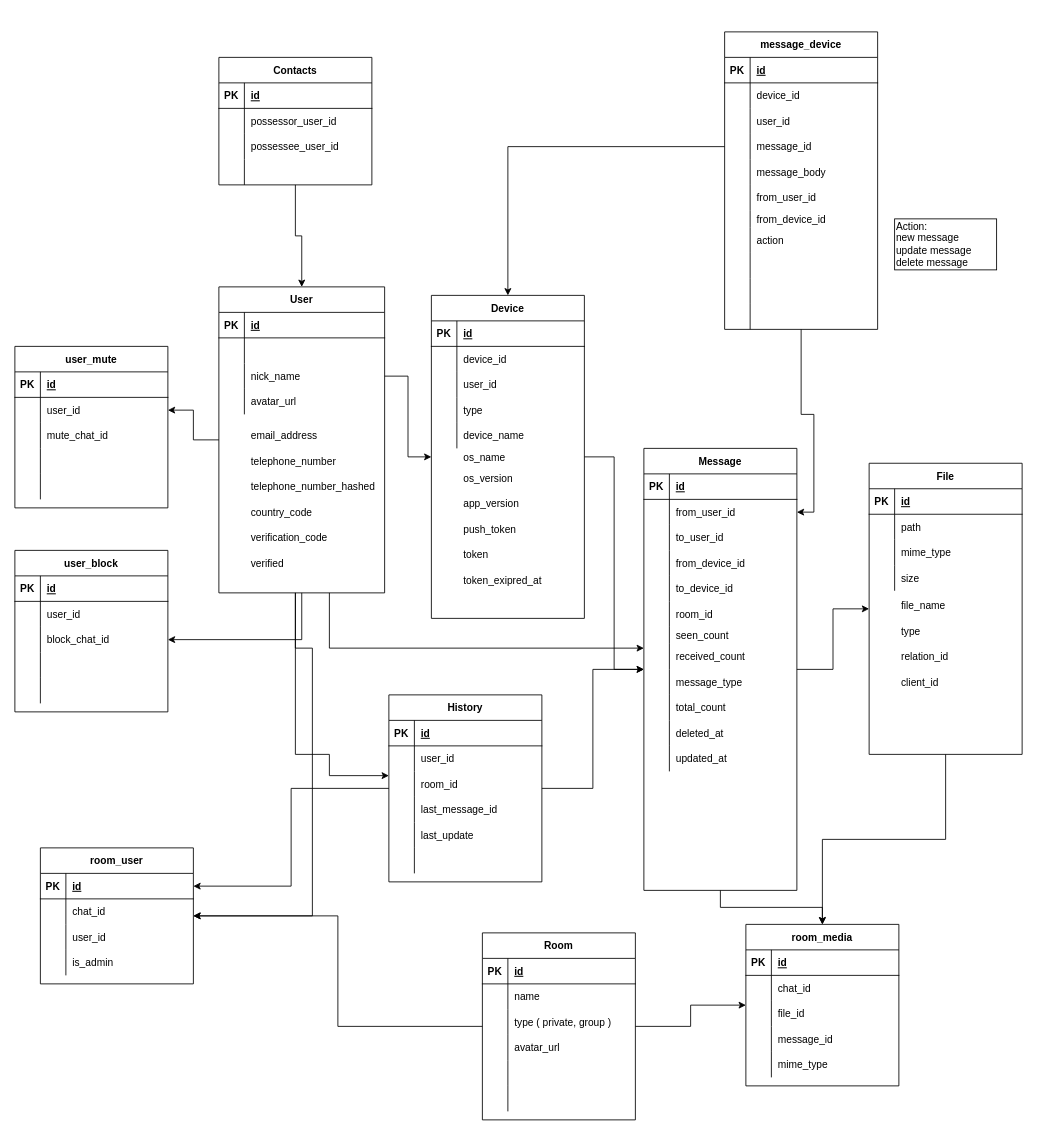
This is documents/database.drawio from cloverstudio/Spika3, a draw.io file, before an edit. Source tidied: cells renumbered, new cells numbered last; positions are measured from the earlier drawing's top-left corner, leaving out a move shared by most shapes. Both pictures are drawn from the tidied source at 85%, with x=0, y=0 at pixel (14, 31).
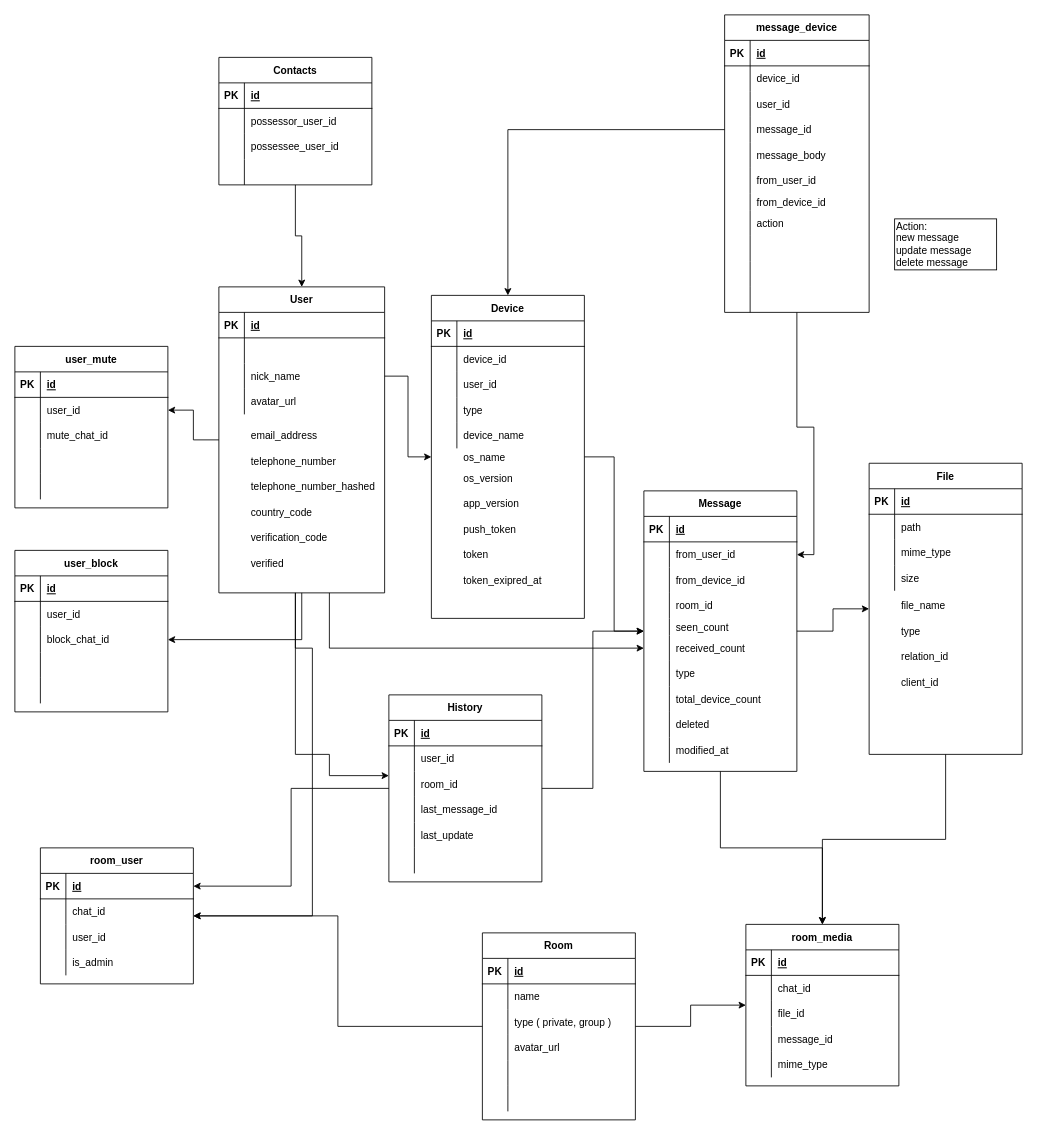
After the change.

Diff of the diagram source:
```diff
@@
     <mxCell id="39" value="Message" style="shape=table;startSize=30;childLayout=tableLayout;rowLines=0;fontStyle=1;align=center;" parent="1" vertex="1">
-      <mxGeometry x="740" y="490" width="180" height="520" as="geometry" />
+      <mxGeometry x="740" y="540" width="180" height="330" as="geometry" />
     </mxCell>
@@
-    <mxCell id="46" style="shape=partialRectangle;fillColor=none;top=0;left=0;bottom=0;right=0;" parent="39" vertex="1">
-      <mxGeometry y="90" width="180" height="30" as="geometry" />
-    </mxCell>
-    <mxCell id="47" style="shape=partialRectangle;fillColor=none;top=0;left=0;bottom=0;right=0;overflow=hidden;" parent="46" vertex="1">
-      <mxGeometry width="30" height="30" as="geometry" />
-    </mxCell>
-    <mxCell id="48" value="to_user_id" style="shape=partialRectangle;fillColor=none;top=0;left=0;bottom=0;right=0;align=left;spacingLeft=6;overflow=hidden;" parent="46" vertex="1">
-      <mxGeometry x="30" width="150" height="30" as="geometry" />
-    </mxCell>
     <mxCell id="49" style="shape=partialRectangle;fillColor=none;top=0;left=0;bottom=0;right=0;" parent="39" vertex="1">
-      <mxGeometry y="120" width="180" height="30" as="geometry" />
+      <mxGeometry y="90" width="180" height="30" as="geometry" />
     </mxCell>
@@
-    <mxCell id="52" style="shape=partialRectangle;fillColor=none;top=0;left=0;bottom=0;right=0;" parent="39" vertex="1">
-      <mxGeometry y="150" width="180" height="30" as="geometry" />
-    </mxCell>
-    <mxCell id="53" style="shape=partialRectangle;fillColor=none;top=0;left=0;bottom=0;right=0;overflow=hidden;" parent="52" vertex="1">
-      <mxGeometry width="30" height="30" as="geometry" />
-    </mxCell>
-    <mxCell id="54" value="to_device_id" style="shape=partialRectangle;fillColor=none;top=0;left=0;bottom=0;right=0;align=left;spacingLeft=6;overflow=hidden;" parent="52" vertex="1">
-      <mxGeometry x="30" width="150" height="30" as="geometry" />
-    </mxCell>
     <mxCell id="55" style="shape=partialRectangle;fillColor=none;top=0;left=0;bottom=0;right=0;" parent="39" vertex="1">
-      <mxGeometry y="180" width="180" height="30" as="geometry" />
+      <mxGeometry y="120" width="180" height="30" as="geometry" />
     </mxCell>
@@
     <mxCell id="58" style="shape=partialRectangle;fillColor=none;top=0;left=0;bottom=0;right=0;" parent="39" vertex="1">
-      <mxGeometry y="210" width="180" height="20" as="geometry" />
+      <mxGeometry y="150" width="180" height="20" as="geometry" />
     </mxCell>
@@
     <mxCell id="61" style="shape=partialRectangle;fillColor=none;top=0;left=0;bottom=0;right=0;" parent="39" vertex="1">
-      <mxGeometry y="230" width="180" height="30" as="geometry" />
+      <mxGeometry y="170" width="180" height="30" as="geometry" />
     </mxCell>
@@
     <mxCell id="64" style="shape=partialRectangle;fillColor=none;top=0;left=0;bottom=0;right=0;" parent="39" vertex="1">
-      <mxGeometry y="260" width="180" height="30" as="geometry" />
+      <mxGeometry y="200" width="180" height="30" as="geometry" />
     </mxCell>
@@
-    <mxCell id="66" value="message_type" style="shape=partialRectangle;fillColor=none;top=0;left=0;bottom=0;right=0;align=left;spacingLeft=6;overflow=hidden;" parent="64" vertex="1">
+    <mxCell id="66" value="type" style="shape=partialRectangle;fillColor=none;top=0;left=0;bottom=0;right=0;align=left;spacingLeft=6;overflow=hidden;" parent="64" vertex="1">
       <mxGeometry x="30" width="150" height="30" as="geometry" />
     </mxCell>
     <mxCell id="67" style="shape=partialRectangle;fillColor=none;top=0;left=0;bottom=0;right=0;" parent="39" vertex="1">
-      <mxGeometry y="290" width="180" height="30" as="geometry" />
+      <mxGeometry y="230" width="180" height="30" as="geometry" />
     </mxCell>
@@
-    <mxCell id="69" value="total_count" style="shape=partialRectangle;fillColor=none;top=0;left=0;bottom=0;right=0;align=left;spacingLeft=6;overflow=hidden;" parent="67" vertex="1">
+    <mxCell id="69" value="total_device_count" style="shape=partialRectangle;fillColor=none;top=0;left=0;bottom=0;right=0;align=left;spacingLeft=6;overflow=hidden;" parent="67" vertex="1">
       <mxGeometry x="30" width="150" height="30" as="geometry" />
     </mxCell>
     <mxCell id="70" style="shape=partialRectangle;fillColor=none;top=0;left=0;bottom=0;right=0;" parent="39" vertex="1">
-      <mxGeometry y="320" width="180" height="30" as="geometry" />
+      <mxGeometry y="260" width="180" height="30" as="geometry" />
     </mxCell>
@@
-    <mxCell id="72" value="deleted_at" style="shape=partialRectangle;fillColor=none;top=0;left=0;bottom=0;right=0;align=left;spacingLeft=6;overflow=hidden;" parent="70" vertex="1">
+    <mxCell id="72" value="deleted" style="shape=partialRectangle;fillColor=none;top=0;left=0;bottom=0;right=0;align=left;spacingLeft=6;overflow=hidden;" parent="70" vertex="1">
       <mxGeometry x="30" width="150" height="30" as="geometry" />
     </mxCell>
     <mxCell id="73" style="shape=partialRectangle;fillColor=none;top=0;left=0;bottom=0;right=0;" parent="39" vertex="1">
-      <mxGeometry y="350" width="180" height="30" as="geometry" />
+      <mxGeometry y="290" width="180" height="30" as="geometry" />
     </mxCell>
@@
-    <mxCell id="75" value="updated_at" style="shape=partialRectangle;fillColor=none;top=0;left=0;bottom=0;right=0;align=left;spacingLeft=6;overflow=hidden;" parent="73" vertex="1">
+    <mxCell id="75" value="modified_at" style="shape=partialRectangle;fillColor=none;top=0;left=0;bottom=0;right=0;align=left;spacingLeft=6;overflow=hidden;" parent="73" vertex="1">
       <mxGeometry x="30" width="150" height="30" as="geometry" />
     </mxCell>
@@
     <mxCell id="195" value="message_device" style="shape=table;startSize=30;childLayout=tableLayout;rowLines=0;fontStyle=1;align=center;shadow=0;" parent="1" vertex="1">
-      <mxGeometry x="835" width="180" height="350" as="geometry" />
+      <mxGeometry x="835" y="-20" width="170" height="350" as="geometry" />
     </mxCell>
     <mxCell id="196" style="shape=partialRectangle;fillColor=none;top=0;left=0;bottom=1;right=0;" parent="195" vertex="1">
-      <mxGeometry y="30" width="180" height="30" as="geometry" />
+      <mxGeometry y="30" width="170" height="30" as="geometry" />
     </mxCell>
@@
     <mxCell id="198" value="id" style="shape=partialRectangle;fillColor=none;top=0;left=0;bottom=0;right=0;align=left;spacingLeft=6;fontStyle=5;overflow=hidden;" parent="196" vertex="1">
-      <mxGeometry x="30" width="150" height="30" as="geometry" />
+      <mxGeometry x="30" width="140" height="30" as="geometry" />
     </mxCell>
     <mxCell id="199" style="shape=partialRectangle;fillColor=none;top=0;left=0;bottom=0;right=0;" parent="195" vertex="1">
-      <mxGeometry y="60" width="180" height="30" as="geometry" />
+      <mxGeometry y="60" width="170" height="30" as="geometry" />
     </mxCell>
@@
     <mxCell id="201" value="device_id" style="shape=partialRectangle;fillColor=none;top=0;left=0;bottom=0;right=0;align=left;spacingLeft=6;overflow=hidden;" parent="199" vertex="1">
-      <mxGeometry x="30" width="150" height="30" as="geometry" />
+      <mxGeometry x="30" width="140" height="30" as="geometry" />
     </mxCell>
     <mxCell id="202" style="shape=partialRectangle;fillColor=none;top=0;left=0;bottom=0;right=0;" parent="195" vertex="1">
-      <mxGeometry y="90" width="180" height="30" as="geometry" />
+      <mxGeometry y="90" width="170" height="30" as="geometry" />
     </mxCell>
@@
     <mxCell id="204" value="user_id" style="shape=partialRectangle;fillColor=none;top=0;left=0;bottom=0;right=0;align=left;spacingLeft=6;overflow=hidden;" parent="202" vertex="1">
-      <mxGeometry x="30" width="150" height="30" as="geometry" />
+      <mxGeometry x="30" width="140" height="30" as="geometry" />
     </mxCell>
     <mxCell id="205" style="shape=partialRectangle;fillColor=none;top=0;left=0;bottom=0;right=0;points=[[0,0.5],[1,0.5]];portConstraint=eastwest;" parent="195" vertex="1">
-      <mxGeometry y="120" width="180" height="30" as="geometry" />
+      <mxGeometry y="120" width="170" height="30" as="geometry" />
     </mxCell>
@@
     <mxCell id="207" value="message_id" style="shape=partialRectangle;fillColor=none;top=0;left=0;bottom=0;right=0;align=left;spacingLeft=6;overflow=hidden;" parent="205" vertex="1">
-      <mxGeometry x="30" width="150" height="30" as="geometry" />
+      <mxGeometry x="30" width="140" height="30" as="geometry" />
     </mxCell>
     <mxCell id="208" style="shape=partialRectangle;fillColor=none;top=0;left=0;bottom=0;right=0;" parent="195" vertex="1">
-      <mxGeometry y="150" width="180" height="30" as="geometry" />
+      <mxGeometry y="150" width="170" height="30" as="geometry" />
     </mxCell>
@@
     <mxCell id="210" value="message_body" style="shape=partialRectangle;fillColor=none;top=0;left=0;bottom=0;right=0;align=left;spacingLeft=6;overflow=hidden;" parent="208" vertex="1">
-      <mxGeometry x="30" width="150" height="30" as="geometry" />
+      <mxGeometry x="30" width="140" height="30" as="geometry" />
     </mxCell>
     <mxCell id="211" style="shape=partialRectangle;fillColor=none;top=0;left=0;bottom=0;right=0;" parent="195" vertex="1">
-      <mxGeometry y="180" width="180" height="30" as="geometry" />
+      <mxGeometry y="180" width="170" height="30" as="geometry" />
     </mxCell>
@@
     <mxCell id="213" value="from_user_id" style="shape=partialRectangle;fillColor=none;top=0;left=0;bottom=0;right=0;align=left;spacingLeft=6;overflow=hidden;" parent="211" vertex="1">
-      <mxGeometry x="30" width="150" height="30" as="geometry" />
+      <mxGeometry x="30" width="140" height="30" as="geometry" />
     </mxCell>
     <mxCell id="214" style="shape=partialRectangle;fillColor=none;top=0;left=0;bottom=0;right=0;" parent="195" vertex="1">
-      <mxGeometry y="210" width="180" height="20" as="geometry" />
+      <mxGeometry y="210" width="170" height="20" as="geometry" />
     </mxCell>
@@
     <mxCell id="216" value="from_device_id" style="shape=partialRectangle;fillColor=none;top=0;left=0;bottom=0;right=0;align=left;spacingLeft=6;overflow=hidden;" parent="214" vertex="1">
-      <mxGeometry x="30" width="150" height="20" as="geometry" />
+      <mxGeometry x="30" width="140" height="20" as="geometry" />
     </mxCell>
     <mxCell id="217" style="shape=partialRectangle;fillColor=none;top=0;left=0;bottom=0;right=0;" parent="195" vertex="1">
-      <mxGeometry y="230" width="180" height="30" as="geometry" />
+      <mxGeometry y="230" width="170" height="30" as="geometry" />
     </mxCell>
@@
     <mxCell id="219" value="action" style="shape=partialRectangle;fillColor=none;top=0;left=0;bottom=0;right=0;align=left;spacingLeft=6;overflow=hidden;" parent="217" vertex="1">
-      <mxGeometry x="30" width="150" height="30" as="geometry" />
+      <mxGeometry x="30" width="140" height="30" as="geometry" />
     </mxCell>
     <mxCell id="220" style="shape=partialRectangle;fillColor=none;top=0;left=0;bottom=0;right=0;" parent="195" vertex="1">
-      <mxGeometry y="260" width="180" height="30" as="geometry" />
+      <mxGeometry y="260" width="170" height="30" as="geometry" />
     </mxCell>
@@
     <mxCell id="222" style="shape=partialRectangle;fillColor=none;top=0;left=0;bottom=0;right=0;align=left;spacingLeft=6;overflow=hidden;" parent="220" vertex="1">
-      <mxGeometry x="30" width="150" height="30" as="geometry" />
+      <mxGeometry x="30" width="140" height="30" as="geometry" />
     </mxCell>
     <mxCell id="223" style="shape=partialRectangle;fillColor=none;top=0;left=0;bottom=0;right=0;" parent="195" vertex="1">
-      <mxGeometry y="290" width="180" height="30" as="geometry" />
+      <mxGeometry y="290" width="170" height="30" as="geometry" />
     </mxCell>
@@
     <mxCell id="225" style="shape=partialRectangle;fillColor=none;top=0;left=0;bottom=0;right=0;align=left;spacingLeft=6;overflow=hidden;" parent="223" vertex="1">
-      <mxGeometry x="30" width="150" height="30" as="geometry" />
+      <mxGeometry x="30" width="140" height="30" as="geometry" />
     </mxCell>
     <mxCell id="226" style="shape=partialRectangle;fillColor=none;top=0;left=0;bottom=0;right=0;" parent="195" vertex="1">
-      <mxGeometry y="320" width="180" height="30" as="geometry" />
+      <mxGeometry y="320" width="170" height="30" as="geometry" />
     </mxCell>
@@
     <mxCell id="228" style="shape=partialRectangle;fillColor=none;top=0;left=0;bottom=0;right=0;align=left;spacingLeft=6;overflow=hidden;" parent="226" vertex="1">
-      <mxGeometry x="30" width="150" height="30" as="geometry" />
+      <mxGeometry x="30" width="140" height="30" as="geometry" />
     </mxCell>
```
